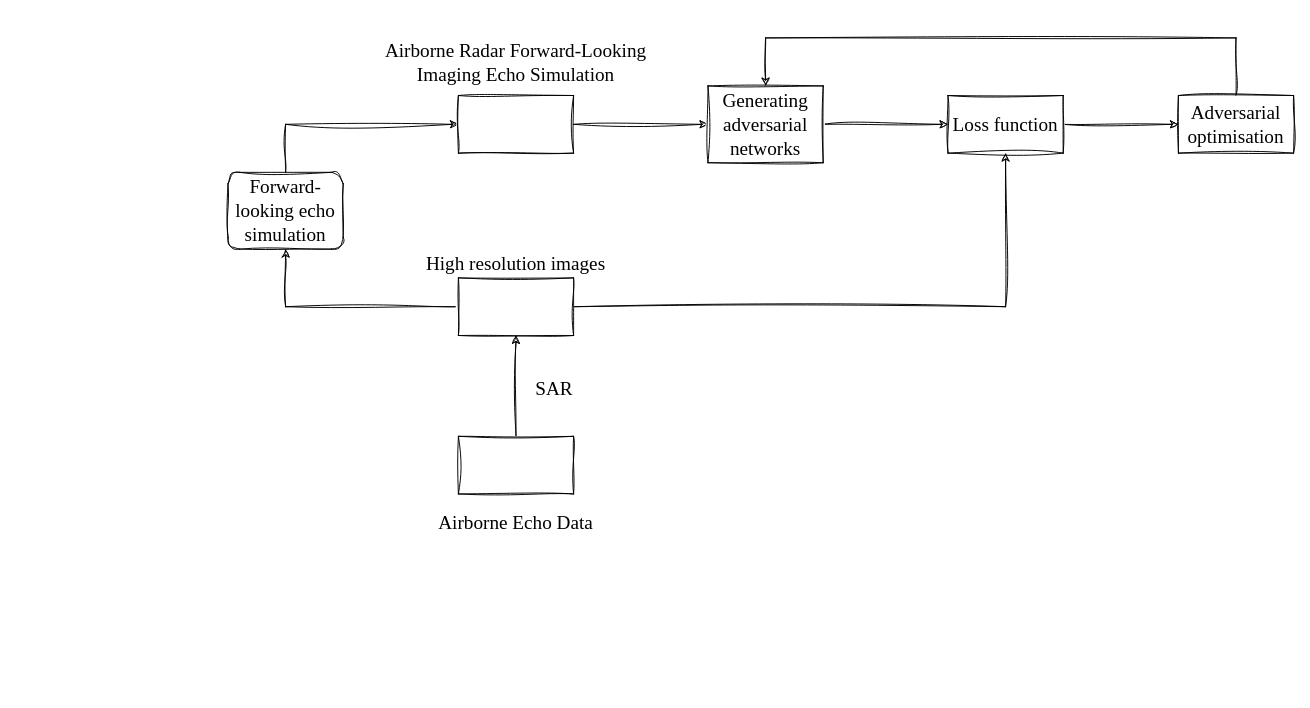
This is dataprocess.drawio from LFNing/General, a draw.io file, before an edit. Source tidied: cells renumbered, new cells numbered last; positions are measured from the earlier drawing's top-left corner, leaving out a move shared by most shapes. Both pictures are drawn from the tidied source at 96%, with x=0, y=0 at pixel (228, 37). Pictures stored in the file or linked from it are replaced by grey dashed boxes.
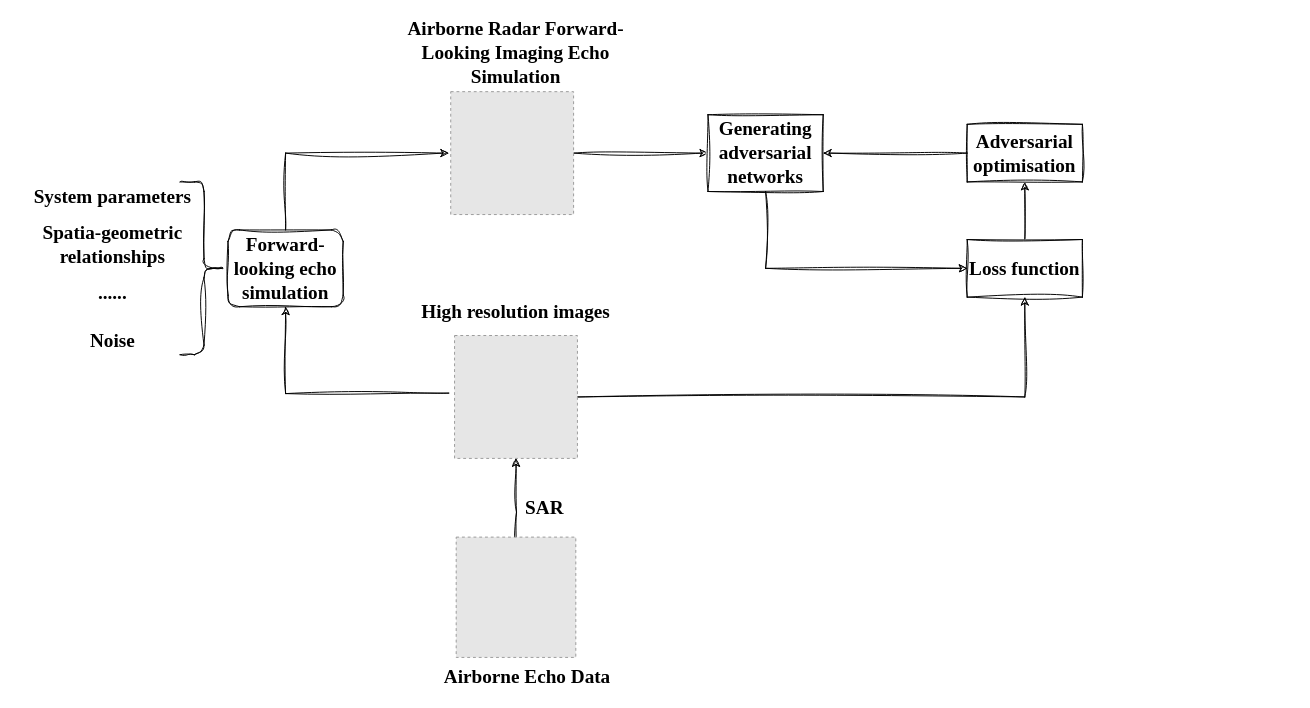
The same diagram, later.

Diff of the diagram source:
```diff
@@
-    <mxCell id="2" style="edgeStyle=orthogonalEdgeStyle;rounded=0;sketch=1;hachureGap=4;jiggle=2;curveFitting=1;jettySize=auto;html=1;entryX=0;entryY=0.5;entryDx=0;entryDy=0;fontFamily=Architects Daughter;fontSize=16;" parent="1" edge="1" source="3" target="5">
+    <mxCell id="2" style="edgeStyle=orthogonalEdgeStyle;rounded=0;sketch=1;hachureGap=4;jiggle=2;curveFitting=1;jettySize=auto;html=1;fontFamily=Architects Daughter;fontSize=16;fontStyle=1;" parent="1" edge="1" source="3">
       <mxGeometry relative="1" as="geometry">
+        <mxPoint x="230" y="120" as="targetPoint" />
         <Array as="points">
-          <mxPoint x="60" y="90" />
+          <mxPoint x="60" y="120" />
         </Array>
       </mxGeometry>
     </mxCell>
-    <mxCell id="3" value="&lt;font face=&quot;Times New Roman&quot;&gt;Forward-looking echo simulation&lt;/font&gt;" style="rounded=1;whiteSpace=wrap;html=1;sketch=1;hachureGap=4;jiggle=2;curveFitting=1;fontFamily=Architects Daughter;fontSize=20;gradientColor=none;" parent="1" vertex="1">
-      <mxGeometry y="140" width="120" height="80" as="geometry" />
+    <mxCell id="3" value="&lt;font face=&quot;Times New Roman&quot;&gt;Forward-looking echo simulation&lt;/font&gt;" style="rounded=1;whiteSpace=wrap;html=1;sketch=1;hachureGap=4;jiggle=2;curveFitting=1;fontFamily=Architects Daughter;fontSize=20;gradientColor=none;fontStyle=1;" parent="1" vertex="1">
+      <mxGeometry y="200" width="120" height="80" as="geometry" />
     </mxCell>
-    <mxCell id="4" style="edgeStyle=orthogonalEdgeStyle;rounded=0;sketch=1;hachureGap=4;jiggle=2;curveFitting=1;jettySize=auto;html=1;entryX=0;entryY=0.5;entryDx=0;entryDy=0;fontFamily=Architects Daughter;fontSize=16;" parent="1" edge="1" source="5" target="10">
+    <mxCell id="4" style="edgeStyle=orthogonalEdgeStyle;rounded=0;sketch=1;hachureGap=4;jiggle=2;curveFitting=1;jettySize=auto;html=1;entryX=0;entryY=0.5;entryDx=0;entryDy=0;fontFamily=Architects Daughter;fontSize=16;fontStyle=1;" parent="1" edge="1" source="23" target="10">
       <mxGeometry relative="1" as="geometry" />
     </mxCell>
-    <mxCell id="5" style="rounded=0;whiteSpace=wrap;html=1;sketch=1;hachureGap=4;jiggle=2;curveFitting=1;fontFamily=Architects Daughter;fontSize=20;" parent="1" vertex="1">
-      <mxGeometry x="240" y="60" width="120" height="60" as="geometry" />
-    </mxCell>
-    <mxCell id="6" style="edgeStyle=orthogonalEdgeStyle;rounded=0;sketch=1;hachureGap=4;jiggle=2;curveFitting=1;jettySize=auto;html=1;entryX=0.5;entryY=1;entryDx=0;entryDy=0;fontFamily=Architects Daughter;fontSize=16;" parent="1" edge="1" source="8" target="3">
-      <mxGeometry relative="1" as="geometry" />
+    <mxCell id="6" style="edgeStyle=orthogonalEdgeStyle;rounded=0;sketch=1;hachureGap=4;jiggle=2;curveFitting=1;jettySize=auto;html=1;entryX=0.5;entryY=1;entryDx=0;entryDy=0;fontFamily=Architects Daughter;fontSize=16;fontStyle=1;" parent="1" edge="1" target="3">
+      <mxGeometry relative="1" as="geometry">
+        <mxPoint x="230" y="370" as="sourcePoint" />
+      </mxGeometry>
     </mxCell>
-    <mxCell id="7" style="edgeStyle=orthogonalEdgeStyle;rounded=0;sketch=1;hachureGap=4;jiggle=2;curveFitting=1;jettySize=auto;html=1;fontFamily=Architects Daughter;fontSize=16;" parent="1" edge="1" source="8" target="12">
-      <mxGeometry relative="1" as="geometry" />
+    <mxCell id="7" style="edgeStyle=orthogonalEdgeStyle;rounded=0;sketch=1;hachureGap=4;jiggle=2;curveFitting=1;jettySize=auto;html=1;fontFamily=Architects Daughter;fontSize=16;exitX=1;exitY=0.5;exitDx=0;exitDy=0;fontStyle=1;" parent="1" edge="1" source="22" target="12">
+      <mxGeometry relative="1" as="geometry">
+        <Array as="points">
+          <mxPoint x="830" y="374" />
+        </Array>
+      </mxGeometry>
     </mxCell>
-    <mxCell id="8" style="rounded=0;whiteSpace=wrap;html=1;sketch=1;hachureGap=4;jiggle=2;curveFitting=1;fontFamily=Architects Daughter;fontSize=20;" parent="1" vertex="1">
-      <mxGeometry x="240" y="250" width="120" height="60" as="geometry" />
-    </mxCell>
-    <mxCell id="9" style="edgeStyle=orthogonalEdgeStyle;rounded=0;sketch=1;hachureGap=4;jiggle=2;curveFitting=1;jettySize=auto;html=1;fontFamily=Architects Daughter;fontSize=16;" parent="1" edge="1" source="10" target="12">
+    <mxCell id="9" style="edgeStyle=orthogonalEdgeStyle;rounded=0;sketch=1;hachureGap=4;jiggle=2;curveFitting=1;jettySize=auto;html=1;fontFamily=Architects Daughter;fontSize=16;exitX=0.5;exitY=1;exitDx=0;exitDy=0;entryX=0;entryY=0.5;entryDx=0;entryDy=0;fontStyle=1;" parent="1" edge="1" source="10" target="12">
       <mxGeometry relative="1" as="geometry" />
     </mxCell>
-    <mxCell id="10" value="&lt;font face=&quot;Times New Roman&quot;&gt;Generating adversarial networks&lt;/font&gt;" style="rounded=0;whiteSpace=wrap;html=1;sketch=1;hachureGap=4;jiggle=2;curveFitting=1;fontFamily=Architects Daughter;fontSize=20;" parent="1" vertex="1">
-      <mxGeometry x="500" y="50" width="120" height="80" as="geometry" />
+    <mxCell id="10" value="&lt;font face=&quot;Times New Roman&quot;&gt;Generating adversarial networks&lt;/font&gt;" style="rounded=0;whiteSpace=wrap;html=1;sketch=1;hachureGap=4;jiggle=2;curveFitting=1;fontFamily=Architects Daughter;fontSize=20;fontStyle=1;" parent="1" vertex="1">
+      <mxGeometry x="500" y="80" width="120" height="80" as="geometry" />
     </mxCell>
-    <mxCell id="11" style="edgeStyle=orthogonalEdgeStyle;rounded=0;sketch=1;hachureGap=4;jiggle=2;curveFitting=1;jettySize=auto;html=1;fontFamily=Architects Daughter;fontSize=16;" parent="1" edge="1" source="12" target="14">
+    <mxCell id="11" style="edgeStyle=orthogonalEdgeStyle;rounded=0;sketch=1;hachureGap=4;jiggle=2;curveFitting=1;jettySize=auto;html=1;fontFamily=Architects Daughter;fontSize=16;fontStyle=1;" parent="1" edge="1" source="12" target="14">
       <mxGeometry relative="1" as="geometry" />
     </mxCell>
-    <mxCell id="12" value="&lt;font face=&quot;Times New Roman&quot;&gt;Loss function&lt;/font&gt;" style="rounded=0;whiteSpace=wrap;html=1;sketch=1;hachureGap=4;jiggle=2;curveFitting=1;fontFamily=Architects Daughter;fontSize=20;" parent="1" vertex="1">
-      <mxGeometry x="750" y="60" width="120" height="60" as="geometry" />
+    <mxCell id="12" value="&lt;font face=&quot;Times New Roman&quot;&gt;Loss function&lt;/font&gt;" style="rounded=0;whiteSpace=wrap;html=1;sketch=1;hachureGap=4;jiggle=2;curveFitting=1;fontFamily=Architects Daughter;fontSize=20;fontStyle=1;" parent="1" vertex="1">
+      <mxGeometry x="770" y="210" width="120" height="60" as="geometry" />
     </mxCell>
-    <mxCell id="13" style="edgeStyle=orthogonalEdgeStyle;rounded=0;sketch=1;hachureGap=4;jiggle=2;curveFitting=1;jettySize=auto;html=1;entryX=0.5;entryY=0;entryDx=0;entryDy=0;fontFamily=Architects Daughter;fontSize=16;" parent="1" edge="1" source="14" target="10">
-      <mxGeometry relative="1" as="geometry">
-        <Array as="points">
-          <mxPoint x="1050" />
-          <mxPoint x="560" />
-        </Array>
-      </mxGeometry>
+    <mxCell id="13" style="edgeStyle=orthogonalEdgeStyle;rounded=0;sketch=1;hachureGap=4;jiggle=2;curveFitting=1;jettySize=auto;html=1;fontFamily=Architects Daughter;fontSize=16;fontStyle=1;" parent="1" edge="1" source="14" target="10">
+      <mxGeometry relative="1" as="geometry" />
     </mxCell>
-    <mxCell id="14" value="&lt;font face=&quot;Times New Roman&quot;&gt;Adversarial optimisation&lt;/font&gt;" style="rounded=0;whiteSpace=wrap;html=1;sketch=1;hachureGap=4;jiggle=2;curveFitting=1;fontFamily=Architects Daughter;fontSize=20;" parent="1" vertex="1">
-      <mxGeometry x="990" y="60" width="120" height="60" as="geometry" />
+    <mxCell id="14" value="&lt;font face=&quot;Times New Roman&quot;&gt;Adversarial optimisation&lt;/font&gt;" style="rounded=0;whiteSpace=wrap;html=1;sketch=1;hachureGap=4;jiggle=2;curveFitting=1;fontFamily=Architects Daughter;fontSize=20;fontStyle=1;" parent="1" vertex="1">
+      <mxGeometry x="770" y="90" width="120" height="60" as="geometry" />
     </mxCell>
-    <mxCell id="15" style="edgeStyle=orthogonalEdgeStyle;rounded=0;sketch=1;hachureGap=4;jiggle=2;curveFitting=1;jettySize=auto;html=1;fontFamily=Architects Daughter;fontSize=16;" parent="1" edge="1" source="16" target="8">
-      <mxGeometry relative="1" as="geometry" />
+    <mxCell id="15" style="edgeStyle=orthogonalEdgeStyle;rounded=0;sketch=1;hachureGap=4;jiggle=2;curveFitting=1;jettySize=auto;html=1;fontFamily=Architects Daughter;fontSize=16;entryX=0.5;entryY=1;entryDx=0;entryDy=0;fontStyle=1;" parent="1" edge="1" target="22">
+      <mxGeometry relative="1" as="geometry">
+        <mxPoint x="300" y="550" as="sourcePoint" />
+      </mxGeometry>
     </mxCell>
-    <mxCell id="16" style="rounded=0;whiteSpace=wrap;html=1;sketch=1;hachureGap=4;jiggle=2;curveFitting=1;fontFamily=Architects Daughter;fontSize=20;" parent="1" vertex="1">
-      <mxGeometry x="240" y="415" width="120" height="60" as="geometry" />
-    </mxCell>
-    <mxCell id="17" value="&lt;font face=&quot;Times New Roman&quot;&gt;SAR&lt;/font&gt;" style="text;html=1;strokeColor=none;fillColor=none;align=center;verticalAlign=middle;whiteSpace=wrap;rounded=0;fontSize=20;fontFamily=Architects Daughter;" parent="1" vertex="1">
-      <mxGeometry x="310" y="350" width="60" height="30" as="geometry" />
+    <mxCell id="17" value="&lt;font face=&quot;Times New Roman&quot;&gt;SAR&lt;/font&gt;" style="text;html=1;strokeColor=none;fillColor=none;align=center;verticalAlign=middle;whiteSpace=wrap;rounded=0;fontSize=20;fontFamily=Architects Daughter;fontStyle=1;" parent="1" vertex="1">
+      <mxGeometry x="300" y="474" width="60" height="30" as="geometry" />
     </mxCell>
-    <mxCell id="18" value="&lt;font face=&quot;Times New Roman&quot;&gt;Airborne Radar Forward-Looking Imaging Echo Simulation&lt;/font&gt;" style="text;html=1;strokeColor=none;fillColor=none;align=center;verticalAlign=middle;whiteSpace=wrap;rounded=0;fontSize=20;fontFamily=Architects Daughter;" parent="1" vertex="1">
-      <mxGeometry x="155" y="10" width="290" height="30" as="geometry" />
+    <mxCell id="18" value="&lt;font face=&quot;Times New Roman&quot;&gt;Airborne Radar Forward-Looking Imaging Echo Simulation&lt;/font&gt;" style="text;html=1;strokeColor=none;fillColor=none;align=center;verticalAlign=middle;whiteSpace=wrap;rounded=0;fontSize=20;fontFamily=Architects Daughter;fontStyle=1;" parent="1" vertex="1">
+      <mxGeometry x="155" width="290" height="30" as="geometry" />
     </mxCell>
-    <mxCell id="19" value="&lt;font face=&quot;Times New Roman&quot;&gt;Airborne Echo Data&lt;/font&gt;" style="text;html=1;strokeColor=none;fillColor=none;align=center;verticalAlign=middle;whiteSpace=wrap;rounded=0;fontSize=20;fontFamily=Architects Daughter;" parent="1" vertex="1">
-      <mxGeometry x="205" y="490" width="190" height="30" as="geometry" />
+    <mxCell id="19" value="&lt;font face=&quot;Times New Roman&quot;&gt;Airborne Echo Data&lt;/font&gt;" style="text;html=1;strokeColor=none;fillColor=none;align=center;verticalAlign=middle;whiteSpace=wrap;rounded=0;fontSize=20;fontFamily=Architects Daughter;fontStyle=1;" parent="1" vertex="1">
+      <mxGeometry x="217.3" y="650" width="190" height="30" as="geometry" />
     </mxCell>
-    <mxCell id="20" value="&lt;font face=&quot;Times New Roman&quot;&gt;High resolution images&lt;/font&gt;" style="text;html=1;strokeColor=none;fillColor=none;align=center;verticalAlign=middle;whiteSpace=wrap;rounded=0;fontSize=20;fontFamily=Architects Daughter;" parent="1" vertex="1">
-      <mxGeometry x="200" y="220" width="200" height="30" as="geometry" />
+    <mxCell id="20" value="&lt;font face=&quot;Times New Roman&quot;&gt;High resolution images&lt;/font&gt;" style="text;html=1;strokeColor=none;fillColor=none;align=center;verticalAlign=middle;whiteSpace=wrap;rounded=0;fontSize=20;fontFamily=Architects Daughter;fontStyle=1;" parent="1" vertex="1">
+      <mxGeometry x="200" y="270" width="200" height="30" as="geometry" />
     </mxCell>
+    <mxCell id="21" style="fillColor=#E6E6E6;strokeColor=#999999;dashed=1;verticalLabelPosition=bottom;labelBackgroundColor=default;verticalAlign=top;fontStyle=1;" parent="1" vertex="1">
+      <mxGeometry x="237.7" y="520" width="124.6" height="125.3" as="geometry" />
+    </mxCell>
+    <mxCell id="22" style="fillColor=#E6E6E6;strokeColor=#999999;dashed=1;verticalLabelPosition=bottom;labelBackgroundColor=default;verticalAlign=top;fontStyle=1;" parent="1" vertex="1">
+      <mxGeometry x="236" y="310" width="128" height="128" as="geometry" />
+    </mxCell>
+    <mxCell id="23" style="fillColor=#E6E6E6;strokeColor=#999999;dashed=1;verticalLabelPosition=bottom;labelBackgroundColor=default;verticalAlign=top;fontStyle=1;" parent="1" vertex="1">
+      <mxGeometry x="232" y="56" width="128" height="128" as="geometry" />
+    </mxCell>
+    <mxCell id="24" style="shape=curlyBracket;whiteSpace=wrap;html=1;rounded=1;flipH=1;labelPosition=right;verticalLabelPosition=middle;align=left;verticalAlign=middle;sketch=1;hachureGap=4;jiggle=2;curveFitting=1;fontFamily=Architects Daughter;fontSize=20;size=0.5;fontStyle=1;" parent="1" vertex="1">
+      <mxGeometry x="-50" y="150" width="50" height="180" as="geometry" />
+    </mxCell>
+    <mxCell id="25" value="&lt;font face=&quot;Times New Roman&quot;&gt;System parameters&lt;/font&gt;" style="text;html=1;strokeColor=none;fillColor=none;align=center;verticalAlign=middle;whiteSpace=wrap;rounded=0;fontSize=20;fontFamily=Architects Daughter;fontStyle=1;" parent="1" vertex="1">
+      <mxGeometry x="-220" y="150" width="200" height="30" as="geometry" />
+    </mxCell>
+    <mxCell id="26" value="&lt;font face=&quot;Times New Roman&quot;&gt;Noise&lt;/font&gt;" style="text;html=1;strokeColor=none;fillColor=none;align=center;verticalAlign=middle;whiteSpace=wrap;rounded=0;fontSize=20;fontFamily=Architects Daughter;fontStyle=1;" parent="1" vertex="1">
+      <mxGeometry x="-220" y="300" width="200" height="30" as="geometry" />
+    </mxCell>
+    <mxCell id="27" value="&lt;font face=&quot;Times New Roman&quot;&gt;Spatia-geometric relationships&lt;/font&gt;" style="text;html=1;strokeColor=none;fillColor=none;align=center;verticalAlign=middle;whiteSpace=wrap;rounded=0;fontSize=20;fontFamily=Architects Daughter;fontStyle=1;" parent="1" vertex="1">
+      <mxGeometry x="-220" y="200" width="200" height="30" as="geometry" />
+    </mxCell>
+    <mxCell id="28" value="&lt;font face=&quot;Times New Roman&quot;&gt;......&lt;/font&gt;" style="text;html=1;strokeColor=none;fillColor=none;align=center;verticalAlign=middle;whiteSpace=wrap;rounded=0;fontSize=20;fontFamily=Architects Daughter;fontStyle=1;" parent="1" vertex="1">
+      <mxGeometry x="-220" y="250" width="200" height="30" as="geometry" />
+    </mxCell>
```
